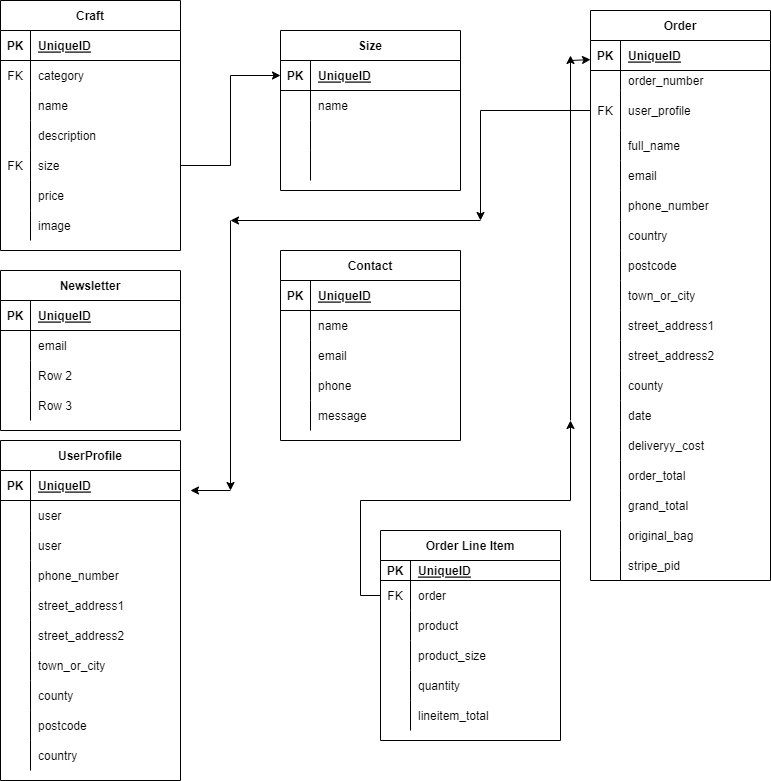
pattytonyoneill/caitlins_crafts keeps this draw.io diagram as testing/schema.png. Above is the earlier version. Source tidied: cells renumbered, new cells last; positions are measured from the earlier drawing's top-left corner, leaving out a move shared by most shapes.
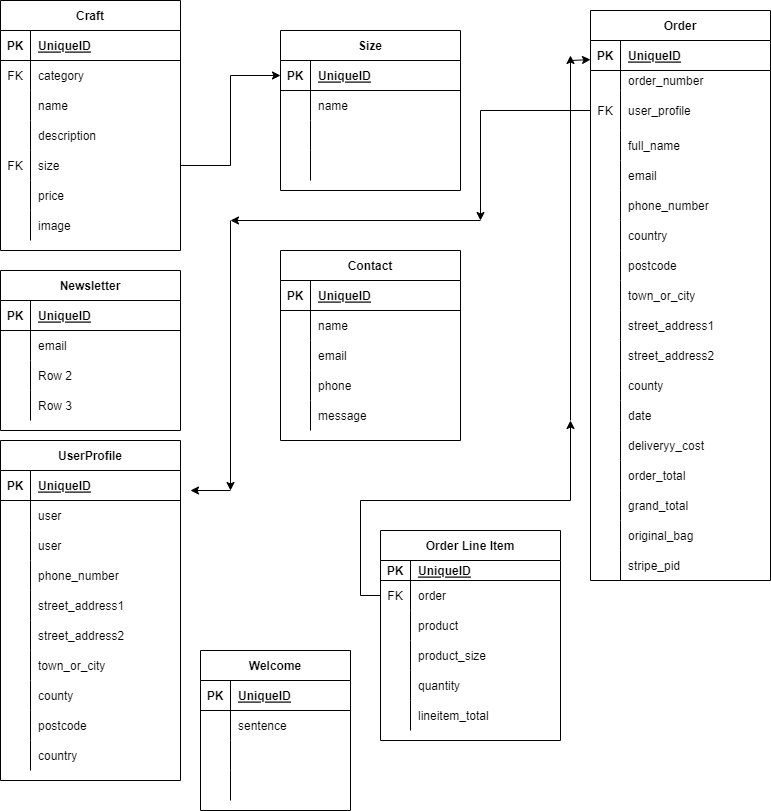
After the commit.

The edit, as a diff of the source:
```diff
@@ -551,5 +551,44 @@
         <mxPoint x="570" y="60" as="sourcePoint" />
       </mxGeometry>
     </mxCell>
+    <mxCell id="179" value="Welcome" style="shape=table;startSize=30;rowLines=0;fontStyle=1;align=center;" parent="1" vertex="1">
+      <mxGeometry x="200" y="650" width="150" height="160" as="geometry" />
+    </mxCell>
+    <mxCell id="180" style="shape=tableRow;horizontal=0;startSize=0;swimlaneHead=0;swimlaneBody=0;fillColor=none;top=0;left=0;right=0;bottom=1;" parent="179" vertex="1">
+      <mxGeometry y="30" width="150" height="30" as="geometry" />
+    </mxCell>
+    <mxCell id="181" value="PK" style="shape=partialRectangle;fillColor=none;top=0;left=0;bottom=0;right=0;fontStyle=1;overflow=hidden;" parent="180" vertex="1">
+      <mxGeometry width="30" height="30" as="geometry" />
+    </mxCell>
+    <mxCell id="182" value="UniqueID" style="shape=partialRectangle;fillColor=none;top=0;left=0;bottom=0;right=0;align=left;spacingLeft=6;fontStyle=5;overflow=hidden;" parent="180" vertex="1">
+      <mxGeometry x="30" width="120" height="30" as="geometry" />
+    </mxCell>
+    <mxCell id="183" style="shape=tableRow;horizontal=0;startSize=0;swimlaneHead=0;swimlaneBody=0;fillColor=none;top=0;left=0;right=0;bottom=0;" parent="179" vertex="1">
+      <mxGeometry y="60" width="150" height="30" as="geometry" />
+    </mxCell>
+    <mxCell id="184" style="shape=partialRectangle;fillColor=none;top=0;left=0;bottom=0;right=0;overflow=hidden;" parent="183" vertex="1">
+      <mxGeometry width="30" height="30" as="geometry" />
+    </mxCell>
+    <mxCell id="185" value="sentence" style="shape=partialRectangle;fillColor=none;top=0;left=0;bottom=0;right=0;align=left;spacingLeft=6;overflow=hidden;" parent="183" vertex="1">
+      <mxGeometry x="30" width="120" height="30" as="geometry" />
+    </mxCell>
+    <mxCell id="186" style="shape=tableRow;horizontal=0;startSize=0;swimlaneHead=0;swimlaneBody=0;fillColor=none;top=0;left=0;right=0;bottom=0;" parent="179" vertex="1">
+      <mxGeometry y="90" width="150" height="30" as="geometry" />
+    </mxCell>
+    <mxCell id="187" style="shape=partialRectangle;fillColor=none;top=0;left=0;bottom=0;right=0;overflow=hidden;" parent="186" vertex="1">
+      <mxGeometry width="30" height="30" as="geometry" />
+    </mxCell>
+    <mxCell id="188" style="shape=partialRectangle;fillColor=none;top=0;left=0;bottom=0;right=0;align=left;spacingLeft=6;overflow=hidden;" parent="186" vertex="1">
+      <mxGeometry x="30" width="120" height="30" as="geometry" />
+    </mxCell>
+    <mxCell id="189" style="shape=tableRow;horizontal=0;startSize=0;swimlaneHead=0;swimlaneBody=0;fillColor=none;top=0;left=0;right=0;bottom=0;" parent="179" vertex="1">
+      <mxGeometry y="120" width="150" height="30" as="geometry" />
+    </mxCell>
+    <mxCell id="190" style="shape=partialRectangle;fillColor=none;top=0;left=0;bottom=0;right=0;overflow=hidden;" parent="189" vertex="1">
+      <mxGeometry width="30" height="30" as="geometry" />
+    </mxCell>
+    <mxCell id="191" style="shape=partialRectangle;fillColor=none;top=0;left=0;bottom=0;right=0;align=left;spacingLeft=6;overflow=hidden;" parent="189" vertex="1">
+      <mxGeometry x="30" width="120" height="30" as="geometry" />
+    </mxCell>
   </root>
 </mxGraphModel>
```
